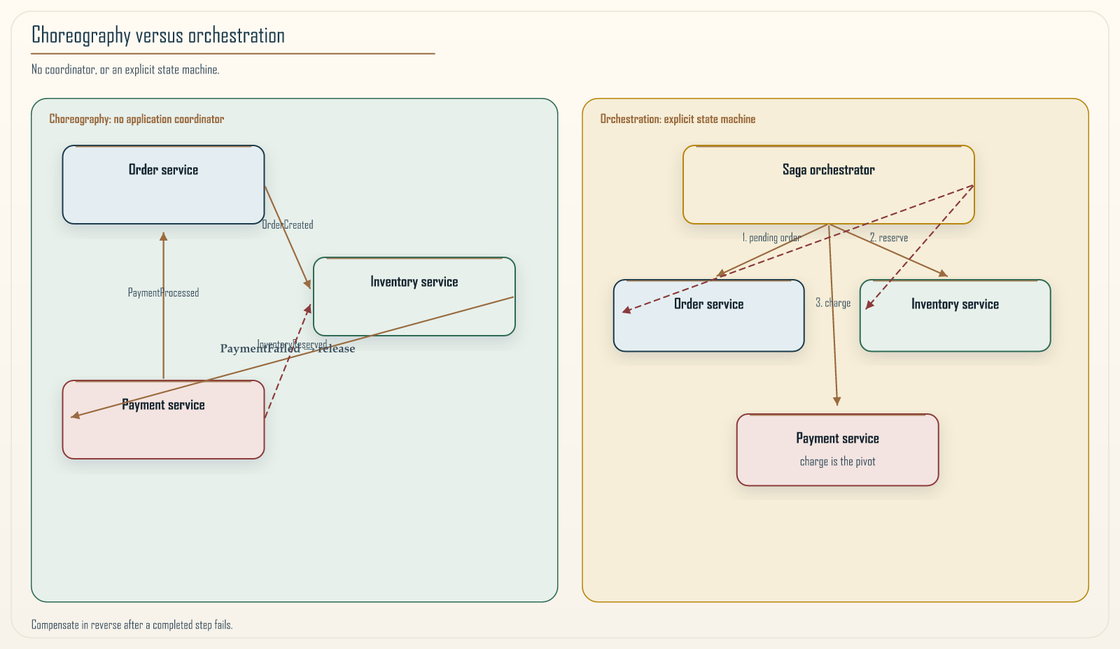
Above: assets/images/diagrams/saga-choreography-vs-orchestration.png in vaquarkhan/microservices-recipes-a-free-gitbook (Mermaid), before the change. Its source is kept beside it as assets/images/diagrams/saga-choreography-vs-orchestration.mmd.
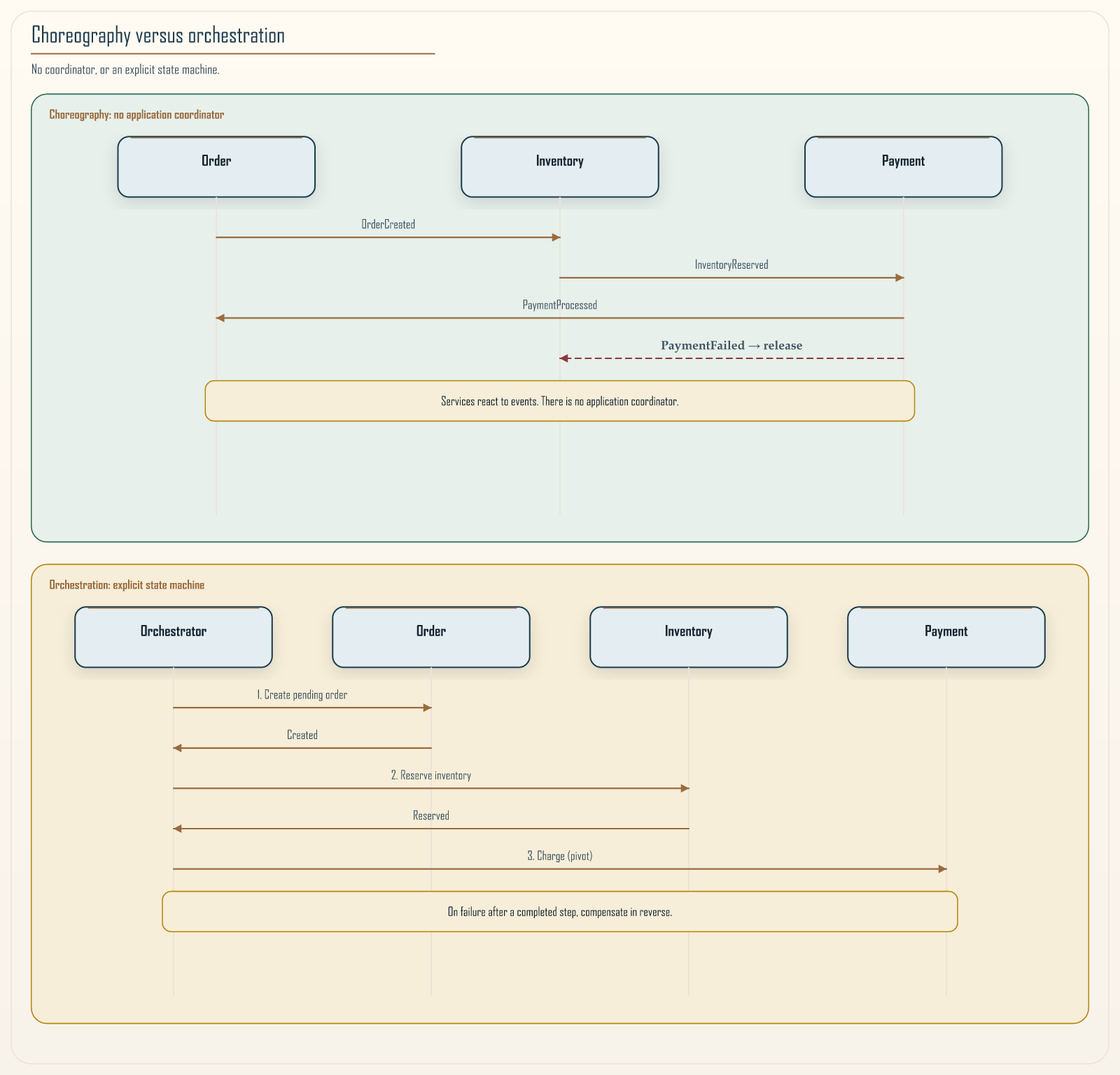
Later version of the same file.

What changed in the source:
```diff
@@ -1,28 +1,24 @@
-graph TB
-    subgraph "Choreography: no application coordinator"
-        Order1[Order service]
-        Inv1[Inventory service]
-        Pay1[Payment service]
-        Order1 -->|OrderCreated| Inv1
-        Inv1 -->|InventoryReserved| Pay1
-        Pay1 -->|PaymentProcessed| Order1
-        Pay1 -.->|PaymentFailed → release| Inv1
+sequenceDiagram
+    box rgb(231,240,235) Choreography
+    participant Order
+    participant Inventory
+    participant Payment
     end
+    Order->>Inventory: OrderCreated
+    Inventory->>Payment: InventoryReserved
+    Payment->>Order: PaymentProcessed
+    Payment-->>Inventory: PaymentFailed → release
+    Note over Order,Payment: Services react to events. There is no application coordinator.
 
-    subgraph "Orchestration: explicit state machine"
-        Orch[Saga orchestrator]
-        Order2[Order service]
-        Inv2[Inventory service]
-        Pay2[Payment service]
-        Orch -->|1. Create pending order| Order2
-        Orch -->|2. Reserve inventory| Inv2
-        Orch -->|3. Charge, the pivot| Pay2
-        Orch -.->|Compensate in reverse| Inv2
-        Orch -.->|Compensate in reverse| Order2
+    box rgb(246,238,216) Orchestration
+    participant Orchestrator
+    participant Ord as Order
+    participant Inv as Inventory
+    participant Pay as Payment
     end
-
-    style Orch fill:#fff3e0,stroke:#ef6c00,stroke-width:3px
-    style Inv1 fill:#e8f5e8,stroke:#2e7d32
-    style Inv2 fill:#e8f5e8,stroke:#2e7d32
-    style Pay1 fill:#ffcdd2,stroke:#c62828
-    style Pay2 fill:#ffcdd2,stroke:#c62828
+    Orchestrator->>Ord: 1. Create pending order
+    Ord-->>Orchestrator: Created
+    Orchestrator->>Inv: 2. Reserve inventory
+    Inv-->>Orchestrator: Reserved
+    Orchestrator->>Pay: 3. Charge (pivot)
+    Note over Orchestrator,Pay: On failure after a completed step, compensate in reverse.
```
